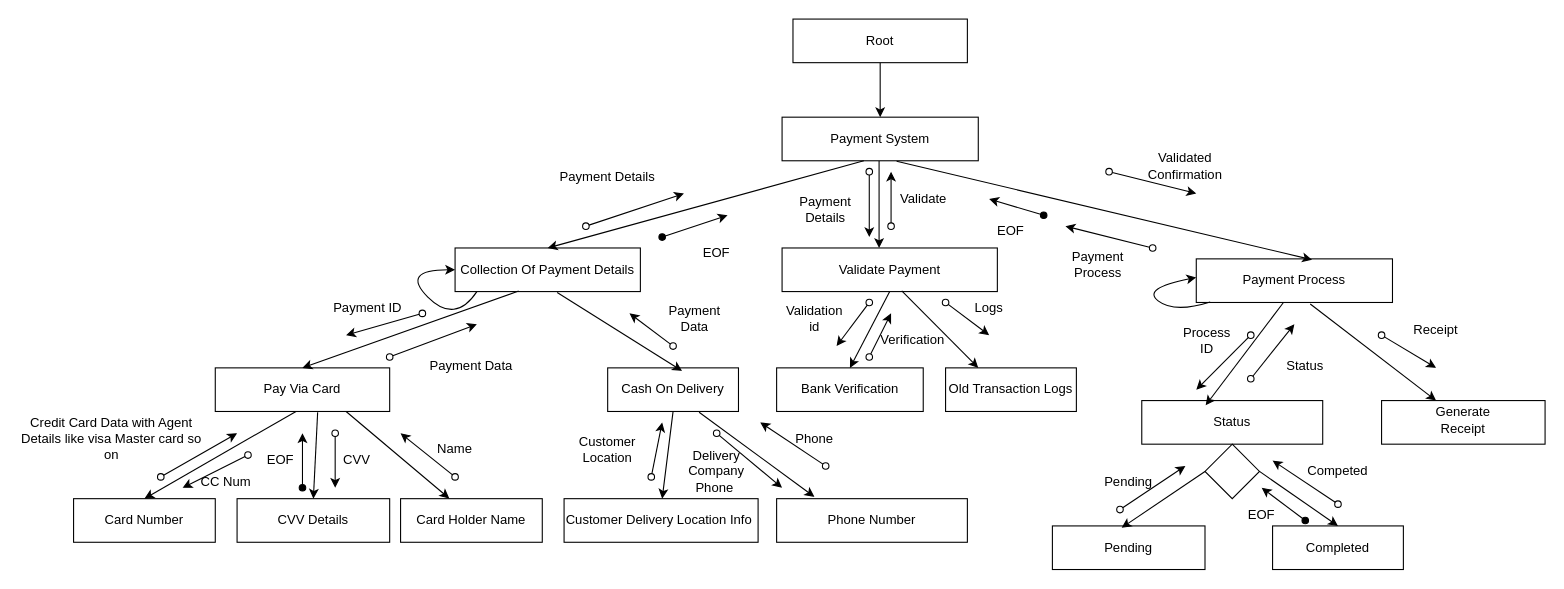
This is Payment Bijeta.drawio from pawal-karki/DRAW.IO, a draw.io file, before an edit. Source tidied: cells renumbered, new cells numbered last; positions are measured from the earlier drawing's top-left corner, leaving out a move shared by most shapes. Both pictures are drawn from the tidied source at 109%, with x=0, y=0 at pixel (19, 19).
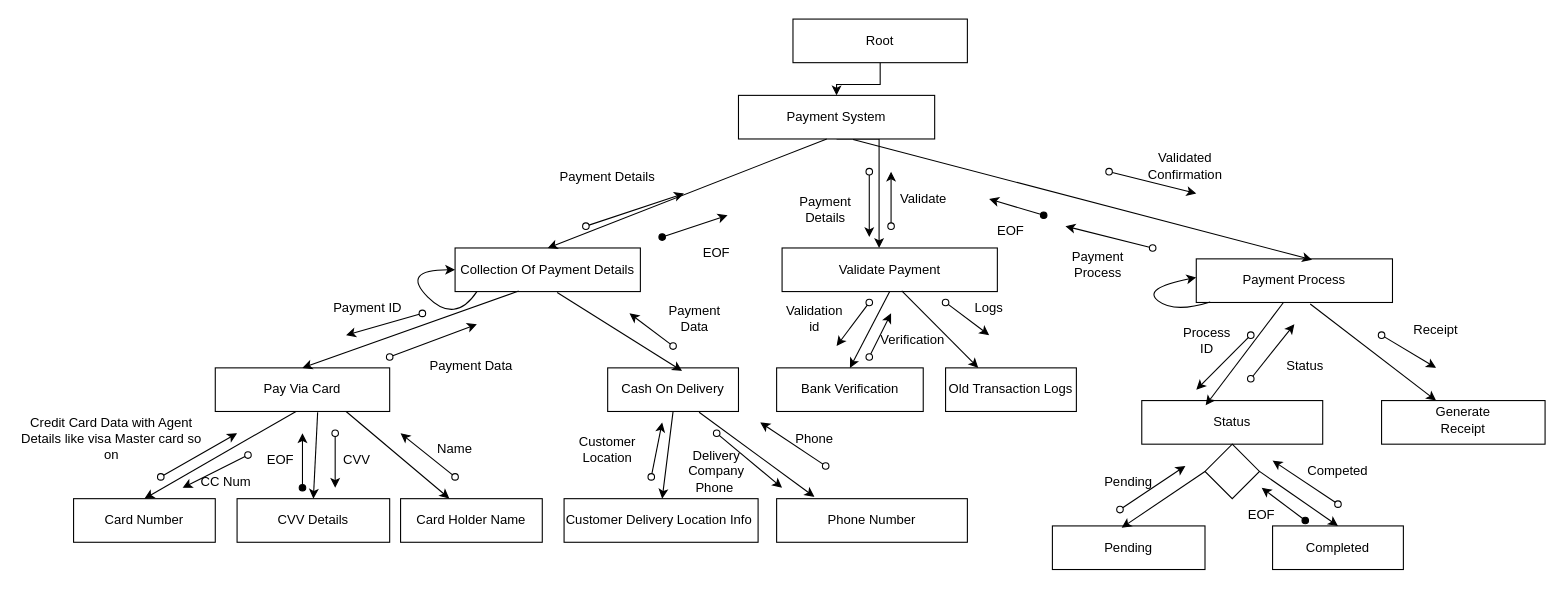
The same page after the edit.

Unchanged cells that the change refers to:
```xml
<mxCell id="4" style="rounded=0;whiteSpace=wrap;html=1;" parent="1" vertex="1">
  <mxGeometry x="690" y="130" width="170" as="geometry" />
</mxCell>
<mxCell id="7" value="Collection Of Payment Details" style="rounded=0;whiteSpace=wrap;html=1;" parent="1" vertex="1">
  <mxGeometry x="400" y="210" width="170" height="40" as="geometry" />
</mxCell>
<mxCell id="9" value="Validate Payment" style="rounded=0;whiteSpace=wrap;html=1;" parent="1" vertex="1">
  <mxGeometry x="700" y="210" width="197.5" height="40" as="geometry" />
</mxCell>
```

Diff of the diagram source:
```diff
@@
-    <mxCell id="5" style="edgeStyle=orthogonalEdgeStyle;rounded=0;jettySize=auto;html=1;" parent="1" edge="1" source="6" target="9">
+    <mxCell id="5" style="edgeStyle=orthogonalEdgeStyle;rounded=0;jettySize=auto;html=1;exitX=0.5;exitY=1;exitDx=0;exitDy=0;" parent="1" edge="1" source="6" target="9">
       <mxGeometry relative="1" as="geometry">
         <Array as="points">
-          <mxPoint x="789" y="150" />
-          <mxPoint x="789" y="150" />
+          <mxPoint x="789" y="110" />
         </Array>
       </mxGeometry>
     </mxCell>
     <mxCell id="6" value="Payment System" style="rounded=0;whiteSpace=wrap;html=1;" parent="1" vertex="1">
-      <mxGeometry x="700" y="90" width="180" height="40" as="geometry" />
+      <mxGeometry x="660" y="70" width="180" height="40" as="geometry" />
     </mxCell>
@@
-    <mxCell id="8" style="endArrow=classic;html=1;rounded=0;entryX=0.5;entryY=0;entryDx=0;entryDy=0;" parent="1" edge="1" source="4" target="7">
-      <mxGeometry relative="1" as="geometry" />
+    <mxCell id="8" style="endArrow=classic;html=1;rounded=0;entryX=0.5;entryY=0;entryDx=0;entryDy=0;" parent="1" edge="1" target="7">
+      <mxGeometry relative="1" as="geometry">
+        <mxPoint x="741" y="110" as="sourcePoint" />
+      </mxGeometry>
     </mxCell>
```
